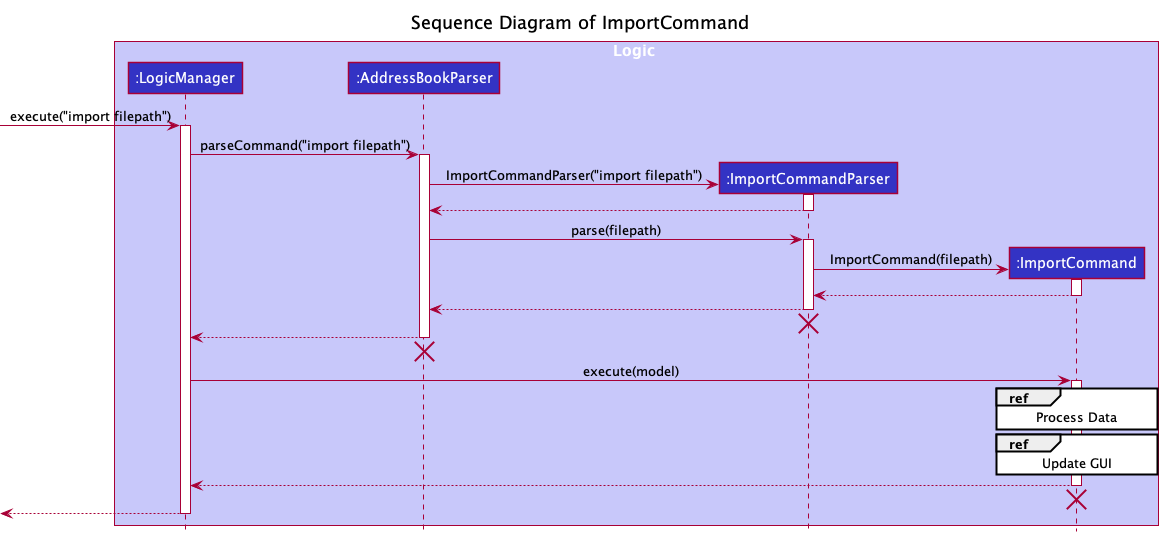
Earlier version of the PlantUML export docs/images/ImportSequenceDiagram.png (szelongq/tp).
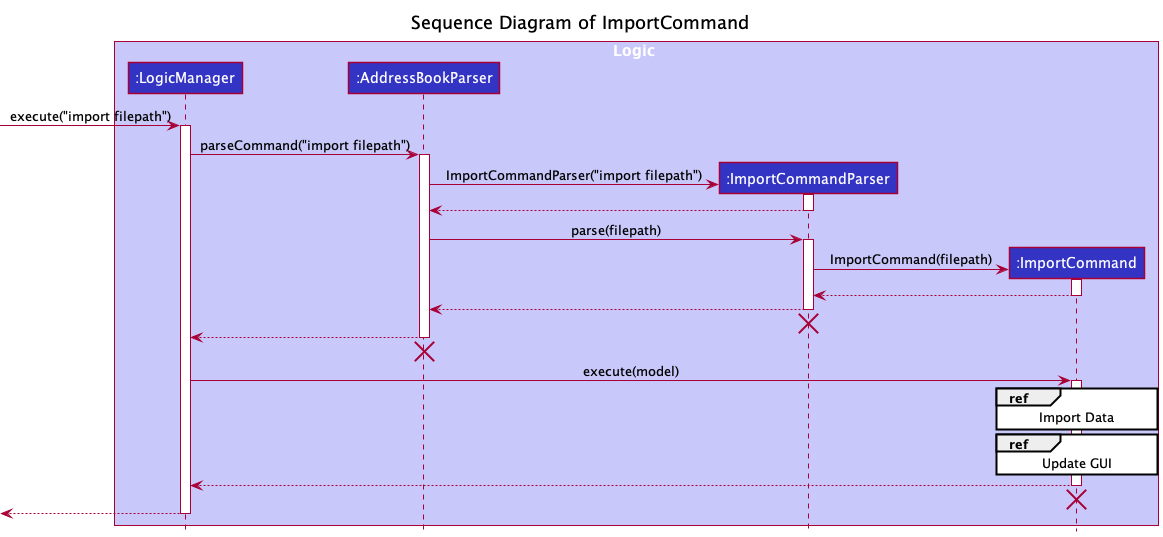
Above is the later version.

Change to the diagram source:
```diff
@@ -45,7 +45,7 @@
 LogicManager -> ImportCommand : execute(model)
 activate ImportCommand
 
-ref over ImportCommand: Process Data
+ref over ImportCommand: Import Data
 
 ref over ImportCommand: Update GUI
 
```
